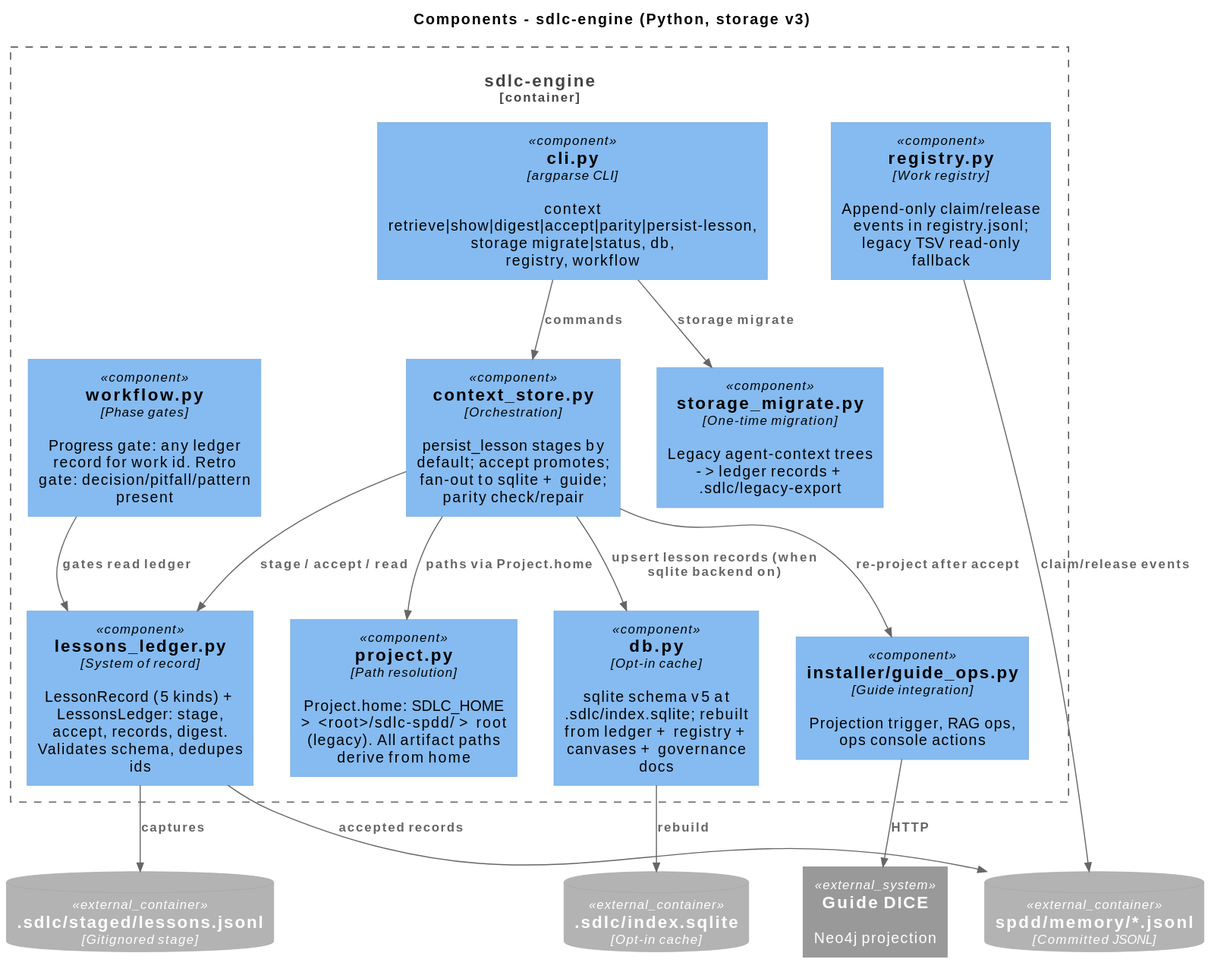
This is docs/diagrams/03-component-engine.svg from jmjava/sdlc-spdd-orchestrator, a PlantUML export, as it was before one commit. Its diagram source:
```plantuml
@startuml
!include https://raw.githubusercontent.com/plantuml-stdlib/C4-PlantUML/master/C4_Component.puml

title Components - sdlc-engine (Python, storage v3)

Container_Boundary(engine, "sdlc-engine") {
    Component(cli, "cli.py", "argparse CLI", "context retrieve|show|digest|accept|parity|persist-lesson, storage migrate|status, db, registry, workflow")
    Component(project, "project.py", "Path resolution", "Project.home: SDLC_HOME > <root>/sdlc-spdd/ > root (legacy). All artifact paths derive from home")
    Component(ledgermod, "lessons_ledger.py", "System of record", "LessonRecord (5 kinds) + LessonsLedger: stage, accept, records, digest. Validates schema, dedupes ids")
    Component(store, "context_store.py", "Orchestration", "persist_lesson stages by default; accept promotes; fan-out to sqlite + guide; parity check/repair")
    Component(registry, "registry.py", "Work registry", "Append-only claim/release events in registry.jsonl; legacy TSV read-only fallback")
    Component(db, "db.py", "Opt-in cache", "sqlite schema v5 at .sdlc/index.sqlite; rebuilt from ledger + registry + canvases + governance docs")
    Component(migrate, "storage_migrate.py", "One-time migration", "Legacy agent-context trees -> ledger records + .sdlc/legacy-export")
    Component(workflow, "workflow.py", "Phase gates", "Progress gate: any ledger record for work id. Retro gate: decision/pitfall/pattern present")
    Component(guideops, "installer/guide_ops.py", "Guide integration", "Projection trigger, RAG ops, ops console actions")
}

ContainerDb_Ext(ledger, "spdd/memory/*.jsonl", "Committed JSONL")
ContainerDb_Ext(staged, ".sdlc/staged/lessons.jsonl", "Gitignored stage")
ContainerDb_Ext(sqlite, ".sdlc/index.sqlite", "Opt-in cache")
System_Ext(guide, "Guide DICE", "Neo4j projection")

Rel(cli, store, "commands")
Rel(cli, migrate, "storage migrate")
Rel(store, ledgermod, "stage / accept / read")
Rel(store, db, "upsert lesson records (when sqlite backend on)")
Rel(store, guideops, "re-project after accept")
Rel(ledgermod, staged, "captures")
Rel(ledgermod, ledger, "accepted records")
Rel(registry, ledger, "claim/release events")
Rel(db, sqlite, "rebuild")
Rel(guideops, guide, "HTTP")
Rel(workflow, ledgermod, "gates read ledger")
Rel(store, project, "paths via Project.home")
@enduml
```
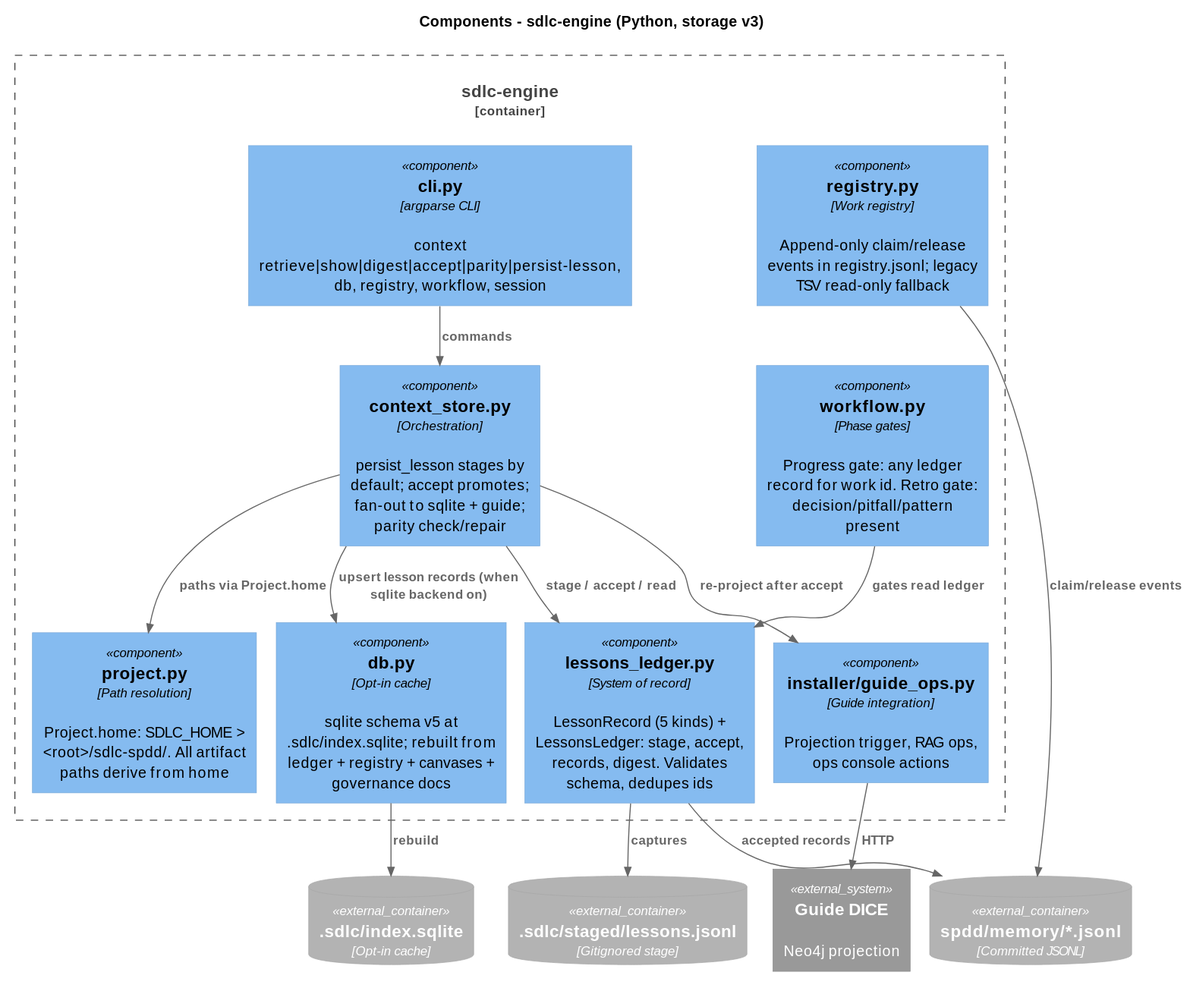
Above is the later version.

The edit, as a diff of the source:
```diff
@@ -4,13 +4,12 @@
 title Components - sdlc-engine (Python, storage v3)
 
 Container_Boundary(engine, "sdlc-engine") {
-    Component(cli, "cli.py", "argparse CLI", "context retrieve|show|digest|accept|parity|persist-lesson, storage migrate|status, db, registry, workflow")
-    Component(project, "project.py", "Path resolution", "Project.home: SDLC_HOME > <root>/sdlc-spdd/ > root (legacy). All artifact paths derive from home")
+    Component(cli, "cli.py", "argparse CLI", "context retrieve|show|digest|accept|parity|persist-lesson, db, registry, workflow, session")
+    Component(project, "project.py", "Path resolution", "Project.home: SDLC_HOME > <root>/sdlc-spdd/. All artifact paths derive from home")
     Component(ledgermod, "lessons_ledger.py", "System of record", "LessonRecord (5 kinds) + LessonsLedger: stage, accept, records, digest. Validates schema, dedupes ids")
     Component(store, "context_store.py", "Orchestration", "persist_lesson stages by default; accept promotes; fan-out to sqlite + guide; parity check/repair")
     Component(registry, "registry.py", "Work registry", "Append-only claim/release events in registry.jsonl; legacy TSV read-only fallback")
     Component(db, "db.py", "Opt-in cache", "sqlite schema v5 at .sdlc/index.sqlite; rebuilt from ledger + registry + canvases + governance docs")
-    Component(migrate, "storage_migrate.py", "One-time migration", "Legacy agent-context trees -> ledger records + .sdlc/legacy-export")
     Component(workflow, "workflow.py", "Phase gates", "Progress gate: any ledger record for work id. Retro gate: decision/pitfall/pattern present")
     Component(guideops, "installer/guide_ops.py", "Guide integration", "Projection trigger, RAG ops, ops console actions")
 }
@@ -21,7 +20,6 @@
 System_Ext(guide, "Guide DICE", "Neo4j projection")
 
 Rel(cli, store, "commands")
-Rel(cli, migrate, "storage migrate")
 Rel(store, ledgermod, "stage / accept / read")
 Rel(store, db, "upsert lesson records (when sqlite backend on)")
 Rel(store, guideops, "re-project after accept")
```
